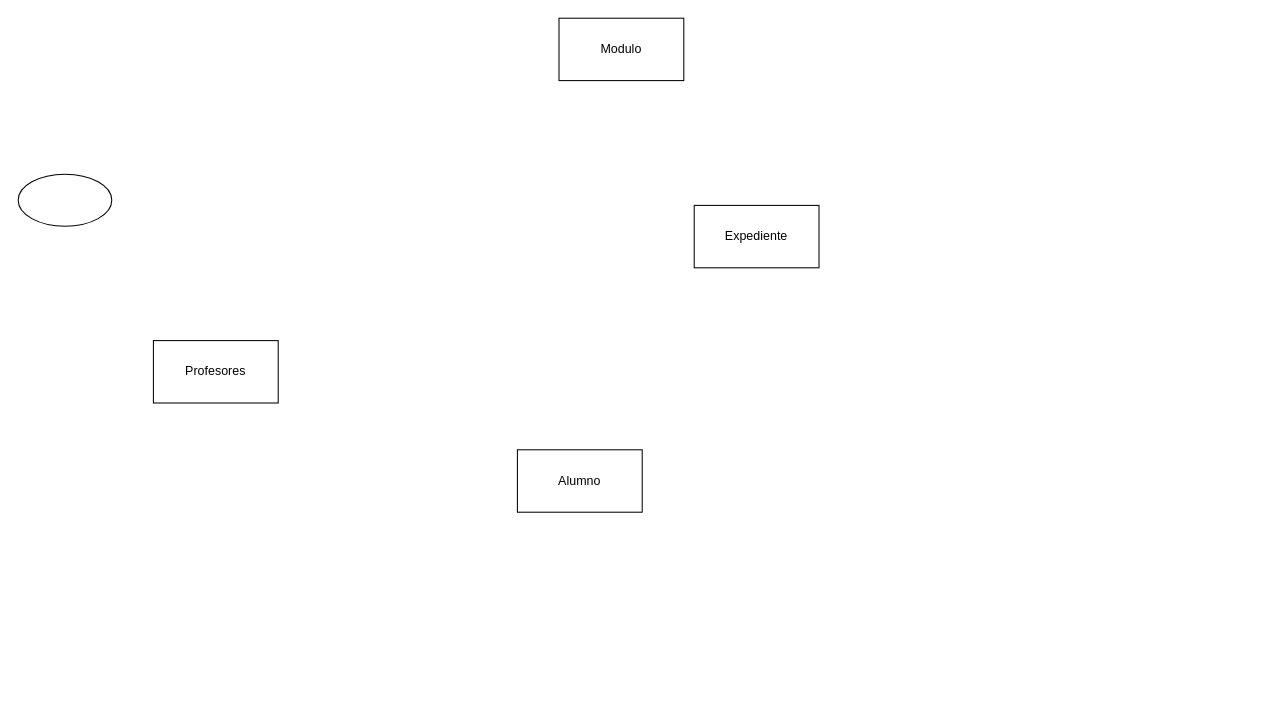
Before: 09/07/2024 pratica 3.drawio in ZzjuanzZ12/Diagramas, a draw.io diagram. Source tidied: cells renumbered, new cells numbered last; positions are measured from the earlier drawing's top-left corner, leaving out a move shared by most shapes. Both pictures are drawn from the tidied source at 104%, with x=0, y=0 at pixel (18, 18).
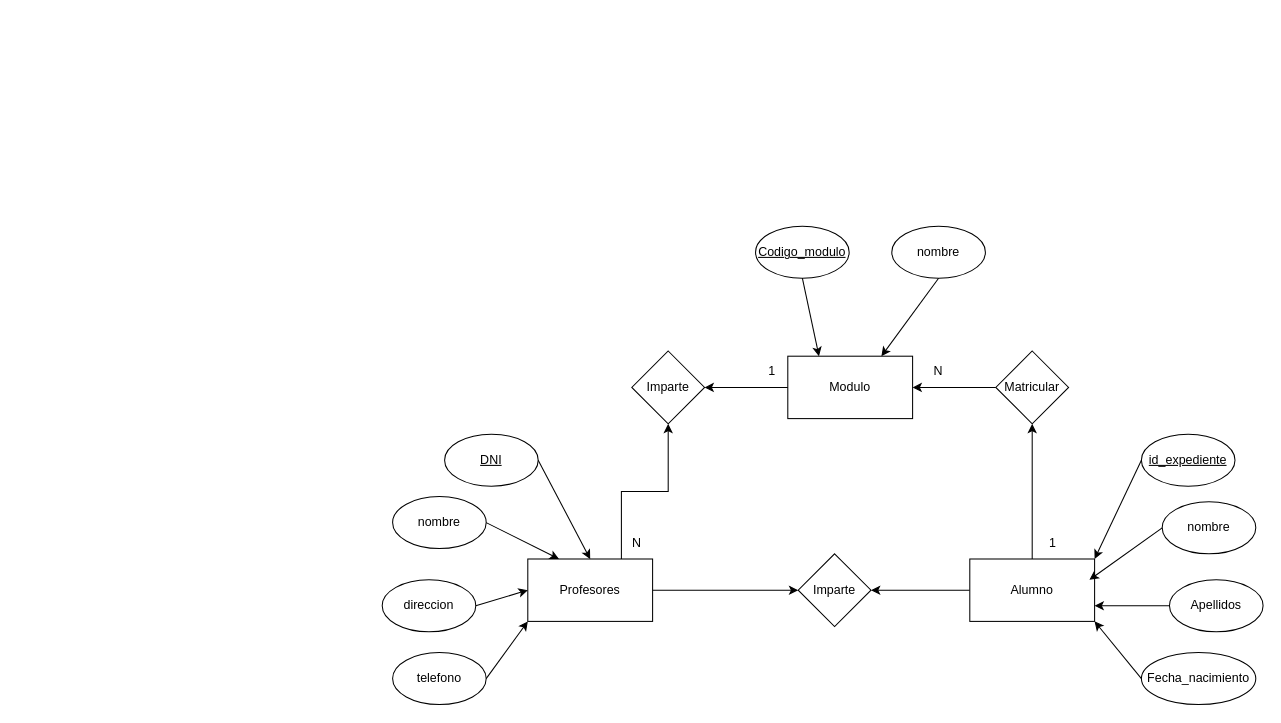
After the change.

Diff of the diagram source:
```diff
@@
+    <mxCell id="7" style="edgeStyle=orthogonalEdgeStyle;rounded=0;jettySize=auto;html=1;entryX=0.5;entryY=1;entryDx=0;entryDy=0;exitX=0.75;exitY=0;exitDx=0;exitDy=0;" parent="1" edge="1" source="2" target="18">
+      <mxGeometry relative="1" as="geometry" />
+    </mxCell>
+    <mxCell id="8" style="edgeStyle=orthogonalEdgeStyle;rounded=0;jettySize=auto;html=1;entryX=0;entryY=0.5;entryDx=0;entryDy=0;" parent="1" edge="1" source="2" target="38">
+      <mxGeometry relative="1" as="geometry" />
+    </mxCell>
     <mxCell id="2" value="Profesores" style="rounded=0;whiteSpace=wrap;html=1;strokeColor=default;align=center;verticalAlign=middle;fontFamily=Helvetica;fontSize=12;fontColor=default;fillColor=default;" parent="1" vertex="1">
-      <mxGeometry x="130" y="310" width="120" height="60" as="geometry" />
+      <mxGeometry x="490" y="520" width="120" height="60" as="geometry" />
     </mxCell>
     <mxCell id="3" value="Modulo" style="rounded=0;whiteSpace=wrap;html=1;strokeColor=default;align=center;verticalAlign=middle;fontFamily=Helvetica;fontSize=12;fontColor=default;fillColor=default;" parent="1" vertex="1">
-      <mxGeometry x="520" width="120" height="60" as="geometry" />
+      <mxGeometry x="740" y="325" width="120" height="60" as="geometry" />
     </mxCell>
+    <mxCell id="9" style="edgeStyle=orthogonalEdgeStyle;rounded=0;jettySize=auto;html=1;entryX=0.5;entryY=1;entryDx=0;entryDy=0;" parent="1" edge="1" source="4" target="27">
+      <mxGeometry relative="1" as="geometry" />
+    </mxCell>
+    <mxCell id="10" style="edgeStyle=orthogonalEdgeStyle;rounded=0;jettySize=auto;html=1;entryX=1;entryY=0.5;entryDx=0;entryDy=0;" parent="1" edge="1" source="4" target="38">
+      <mxGeometry relative="1" as="geometry" />
+    </mxCell>
     <mxCell id="4" value="Alumno" style="rounded=0;whiteSpace=wrap;html=1;strokeColor=default;align=center;verticalAlign=middle;fontFamily=Helvetica;fontSize=12;fontColor=default;fillColor=default;" parent="1" vertex="1">
-      <mxGeometry x="480" y="415" width="120" height="60" as="geometry" />
+      <mxGeometry x="915" y="520" width="120" height="60" as="geometry" />
     </mxCell>
-    <mxCell id="5" value="Expediente" style="rounded=0;whiteSpace=wrap;html=1;strokeColor=default;align=center;verticalAlign=middle;fontFamily=Helvetica;fontSize=12;fontColor=default;fillColor=default;" parent="1" vertex="1">
-      <mxGeometry x="650" y="180" width="120" height="60" as="geometry" />
-    </mxCell>
-    <mxCell id="6" style="ellipse;whiteSpace=wrap;html=1;" parent="1" vertex="1">
-      <mxGeometry y="150" width="90" height="50" as="geometry" />
+    <mxCell id="6" value="&lt;u&gt;DNI&lt;/u&gt;" style="ellipse;whiteSpace=wrap;html=1;" parent="1" vertex="1">
+      <mxGeometry x="410" y="400" width="90" height="50" as="geometry" />
     </mxCell>
+    <mxCell id="11" value="nombre" style="ellipse;whiteSpace=wrap;html=1;" parent="1" vertex="1">
+      <mxGeometry x="360" y="460" width="90" height="50" as="geometry" />
+    </mxCell>
+    <mxCell id="12" value="direccion" style="ellipse;whiteSpace=wrap;html=1;" parent="1" vertex="1">
+      <mxGeometry x="350" y="540" width="90" height="50" as="geometry" />
+    </mxCell>
+    <mxCell id="13" value="telefono" style="ellipse;whiteSpace=wrap;html=1;" parent="1" vertex="1">
+      <mxGeometry x="360" y="610" width="90" height="50" as="geometry" />
+    </mxCell>
+    <mxCell id="14" style="endArrow=classic;html=1;rounded=0;exitX=1;exitY=0.5;exitDx=0;exitDy=0;entryX=0.5;entryY=0;entryDx=0;entryDy=0;" parent="1" edge="1" source="6" target="2">
+      <mxGeometry relative="1" as="geometry" />
+    </mxCell>
+    <mxCell id="15" style="endArrow=classic;html=1;rounded=0;exitX=1;exitY=0.5;exitDx=0;exitDy=0;entryX=0.25;entryY=0;entryDx=0;entryDy=0;" parent="1" edge="1" source="11" target="2">
+      <mxGeometry relative="1" as="geometry" />
+    </mxCell>
+    <mxCell id="16" style="endArrow=classic;html=1;rounded=0;exitX=1;exitY=0.5;exitDx=0;exitDy=0;entryX=0;entryY=0.5;entryDx=0;entryDy=0;entryPerimeter=0;" parent="1" edge="1" source="12" target="2">
+      <mxGeometry relative="1" as="geometry" />
+    </mxCell>
+    <mxCell id="17" style="endArrow=classic;html=1;rounded=0;exitX=1;exitY=0.5;exitDx=0;exitDy=0;entryX=0;entryY=1;entryDx=0;entryDy=0;" parent="1" edge="1" source="13" target="2">
+      <mxGeometry relative="1" as="geometry" />
+    </mxCell>
+    <mxCell id="18" value="Imparte" style="rhombus;whiteSpace=wrap;html=1;" parent="1" vertex="1">
+      <mxGeometry x="590" y="320" width="70" height="70" as="geometry" />
+    </mxCell>
+    <mxCell id="19" style="edgeStyle=orthogonalEdgeStyle;rounded=0;jettySize=auto;html=1;entryX=1;entryY=0.5;entryDx=0;entryDy=0;exitX=0;exitY=0.5;exitDx=0;exitDy=0;" parent="1" edge="1" source="3" target="18">
+      <mxGeometry relative="1" as="geometry" />
+    </mxCell>
+    <mxCell id="20" value="&lt;u&gt;Codigo_modulo&lt;/u&gt;" style="ellipse;whiteSpace=wrap;html=1;" parent="1" vertex="1">
+      <mxGeometry x="709" y="200" width="90" height="50" as="geometry" />
+    </mxCell>
+    <mxCell id="21" value="nombre" style="ellipse;whiteSpace=wrap;html=1;" parent="1" vertex="1">
+      <mxGeometry x="840" y="200" width="90" height="50" as="geometry" />
+    </mxCell>
+    <mxCell id="22" style="endArrow=classic;html=1;rounded=0;exitX=0.5;exitY=1;exitDx=0;exitDy=0;entryX=0.25;entryY=0;entryDx=0;entryDy=0;" parent="1" edge="1" source="20" target="3">
+      <mxGeometry relative="1" as="geometry" />
+    </mxCell>
+    <mxCell id="23" style="endArrow=classic;html=1;rounded=0;exitX=0.5;exitY=1;exitDx=0;exitDy=0;entryX=0.75;entryY=0;entryDx=0;entryDy=0;" parent="1" edge="1" source="21" target="3">
+      <mxGeometry relative="1" as="geometry" />
+    </mxCell>
+    <mxCell id="24" value="N" style="text;html=1;align=center;verticalAlign=middle;whiteSpace=wrap;rounded=0;" parent="1" vertex="1">
+      <mxGeometry x="580" y="490" width="30" height="30" as="geometry" />
+    </mxCell>
+    <mxCell id="25" value="1" style="text;html=1;align=center;verticalAlign=middle;whiteSpace=wrap;rounded=0;" parent="1" vertex="1">
+      <mxGeometry x="710" y="325" width="30" height="30" as="geometry" />
+    </mxCell>
+    <mxCell id="26" style="edgeStyle=orthogonalEdgeStyle;rounded=0;jettySize=auto;html=1;entryX=1;entryY=0.5;entryDx=0;entryDy=0;" parent="1" edge="1" source="27" target="3">
+      <mxGeometry relative="1" as="geometry" />
+    </mxCell>
+    <mxCell id="27" value="Matricular" style="rhombus;whiteSpace=wrap;html=1;" parent="1" vertex="1">
+      <mxGeometry x="940" y="320" width="70" height="70" as="geometry" />
+    </mxCell>
+    <mxCell id="28" value="1" style="text;html=1;align=center;verticalAlign=middle;whiteSpace=wrap;rounded=0;" parent="1" vertex="1">
+      <mxGeometry x="980" y="490" width="30" height="30" as="geometry" />
+    </mxCell>
+    <mxCell id="29" value="N" style="text;html=1;align=center;verticalAlign=middle;whiteSpace=wrap;rounded=0;" parent="1" vertex="1">
+      <mxGeometry x="870" y="325" width="30" height="30" as="geometry" />
+    </mxCell>
+    <mxCell id="30" value="nombre" style="ellipse;whiteSpace=wrap;html=1;" parent="1" vertex="1">
+      <mxGeometry x="1100" y="465" width="90" height="50" as="geometry" />
+    </mxCell>
+    <mxCell id="31" value="Apellidos" style="ellipse;whiteSpace=wrap;html=1;" parent="1" vertex="1">
+      <mxGeometry x="1107" y="540" width="90" height="50" as="geometry" />
+    </mxCell>
+    <mxCell id="32" value="Fecha_nacimiento" style="ellipse;whiteSpace=wrap;html=1;" parent="1" vertex="1">
+      <mxGeometry x="1080" y="610" width="110" height="50" as="geometry" />
+    </mxCell>
+    <mxCell id="33" style="endArrow=classic;html=1;rounded=0;exitX=0;exitY=0.5;exitDx=0;exitDy=0;entryX=1;entryY=0;entryDx=0;entryDy=0;" parent="1" edge="1" source="34" target="4">
+      <mxGeometry relative="1" as="geometry" />
+    </mxCell>
+    <mxCell id="34" value="&lt;u&gt;id_expediente&lt;/u&gt;" style="ellipse;whiteSpace=wrap;html=1;" parent="1" vertex="1">
+      <mxGeometry x="1080" y="400" width="90" height="50" as="geometry" />
+    </mxCell>
+    <mxCell id="35" style="endArrow=classic;html=1;rounded=0;exitX=0;exitY=0.5;exitDx=0;exitDy=0;" parent="1" edge="1" source="30">
+      <mxGeometry relative="1" as="geometry">
+        <mxPoint x="1030" y="540" as="targetPoint" />
+      </mxGeometry>
+    </mxCell>
+    <mxCell id="36" style="endArrow=classic;html=1;rounded=0;exitX=0;exitY=0.5;exitDx=0;exitDy=0;entryX=1;entryY=0.75;entryDx=0;entryDy=0;" parent="1" edge="1" source="31" target="4">
+      <mxGeometry relative="1" as="geometry" />
+    </mxCell>
+    <mxCell id="37" style="endArrow=classic;html=1;rounded=0;exitX=0;exitY=0.5;exitDx=0;exitDy=0;entryX=1;entryY=1;entryDx=0;entryDy=0;" parent="1" edge="1" source="32" target="4">
+      <mxGeometry relative="1" as="geometry" />
+    </mxCell>
+    <mxCell id="38" value="Imparte" style="rhombus;whiteSpace=wrap;html=1;" parent="1" vertex="1">
+      <mxGeometry x="750" y="515" width="70" height="70" as="geometry" />
+    </mxCell>
```
